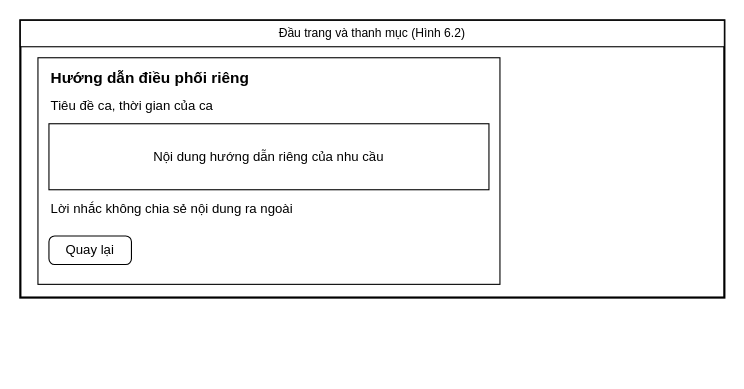
Above: docs/giao_dien/drawio/M12_Huong_dan_dieu_phoi_rieng.drawio in kanishere55/OOSD_NenTangDieuPhoi_TNV (draw.io), before the change. Source tidied: cells renumbered, new cells numbered last; positions are measured from the earlier drawing's top-left corner, leaving out a move shared by most shapes. Both pictures are drawn from the tidied source at 110%, with x=0, y=0 at pixel (20, 20).
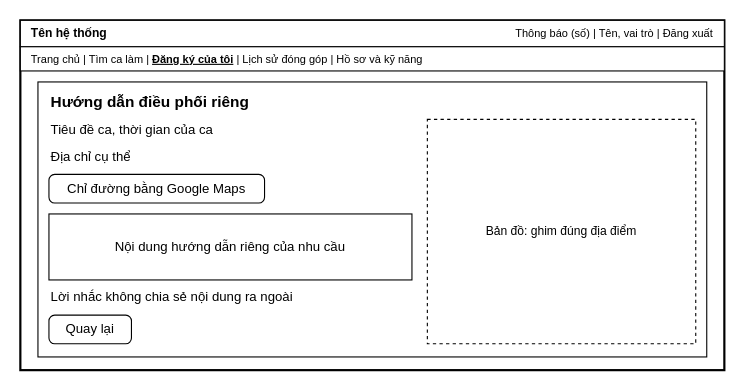
The same diagram, later.

What changed in the source:
```diff
@@
 <mxGraphModel>
   <root>
     <mxCell id="0" />
     <mxCell id="1" parent="0" />
     <mxCell id="2" style="rounded=0;whiteSpace=wrap;html=1;fillColor=#ffffff;strokeColor=#000000;strokeWidth=2;" parent="1" vertex="1">
-      <mxGeometry width="640" height="252" as="geometry" />
+      <mxGeometry width="640" height="318" as="geometry" />
     </mxCell>
-    <mxCell id="3" value="Đầu trang và thanh mục (Hình 6.2)" style="rounded=0;whiteSpace=wrap;html=1;fillColor=#ffffff;strokeColor=#000000;fontColor=#000000;fontSize=11;align=center;" parent="1" vertex="1">
+    <mxCell id="3" style="rounded=0;whiteSpace=wrap;html=1;fillColor=#ffffff;strokeColor=#000000;fontColor=#000000;fontSize=12;align=center;" parent="1" vertex="1">
       <mxGeometry width="640" height="24" as="geometry" />
     </mxCell>
-    <mxCell id="4" style="rounded=0;whiteSpace=wrap;html=1;fillColor=#ffffff;strokeColor=#000000;fontColor=#000000;fontSize=12;align=center;" parent="1" vertex="1">
-      <mxGeometry x="16" y="34" width="420" height="206" as="geometry" />
+    <mxCell id="4" value="Tên hệ thống" style="text;html=1;strokeColor=none;fillColor=none;whiteSpace=wrap;verticalAlign=middle;fontColor=#000000;align=left;fontSize=11;fontStyle=1;" parent="1" vertex="1">
+      <mxGeometry x="8" y="2" width="150" height="20" as="geometry" />
     </mxCell>
-    <mxCell id="5" value="Hướng dẫn điều phối riêng" style="text;html=1;strokeColor=none;fillColor=none;whiteSpace=wrap;verticalAlign=middle;fontColor=#000000;align=left;fontSize=14;fontStyle=1;" parent="1" vertex="1">
-      <mxGeometry x="26" y="40" width="380" height="24" as="geometry" />
+    <mxCell id="5" value="Thông báo (số)   |   Tên, vai trò   |   Đăng xuất" style="text;html=1;strokeColor=none;fillColor=none;whiteSpace=wrap;verticalAlign=middle;fontColor=#000000;align=right;fontSize=10;fontStyle=0;" parent="1" vertex="1">
+      <mxGeometry x="340" y="2" width="292" height="20" as="geometry" />
     </mxCell>
-    <mxCell id="6" value="Tiêu đề ca, thời gian của ca" style="text;html=1;strokeColor=none;fillColor=none;whiteSpace=wrap;verticalAlign=middle;fontColor=#000000;align=left;fontSize=12;fontStyle=0;" parent="1" vertex="1">
-      <mxGeometry x="26" y="68" width="380" height="20" as="geometry" />
+    <mxCell id="6" style="rounded=0;whiteSpace=wrap;html=1;fillColor=#ffffff;strokeColor=#000000;fontColor=#000000;fontSize=12;align=center;" parent="1" vertex="1">
+      <mxGeometry y="24" width="640" height="22" as="geometry" />
     </mxCell>
-    <mxCell id="7" value="Nội dung hướng dẫn riêng của nhu cầu" style="rounded=0;whiteSpace=wrap;html=1;fillColor=#ffffff;strokeColor=#000000;fontColor=#000000;fontSize=12;align=center;" parent="1" vertex="1">
-      <mxGeometry x="26" y="94" width="400" height="60" as="geometry" />
+    <mxCell id="7" value="Trang chủ   |   Tìm ca làm   |   &lt;b&gt;&lt;u&gt;Đăng ký của tôi&lt;/u&gt;&lt;/b&gt;   |   Lịch sử đóng góp   |   Hồ sơ và kỹ năng" style="text;html=1;strokeColor=none;fillColor=none;whiteSpace=wrap;verticalAlign=middle;fontColor=#000000;align=left;fontSize=10;fontStyle=0;" parent="1" vertex="1">
+      <mxGeometry x="8" y="25" width="624" height="20" as="geometry" />
     </mxCell>
-    <mxCell id="8" value="Lời nhắc không chia sẻ nội dung ra ngoài" style="text;html=1;strokeColor=none;fillColor=none;whiteSpace=wrap;verticalAlign=middle;fontColor=#000000;align=left;fontSize=12;fontStyle=0;" parent="1" vertex="1">
-      <mxGeometry x="26" y="162" width="400" height="20" as="geometry" />
+    <mxCell id="8" style="rounded=0;whiteSpace=wrap;html=1;fillColor=#ffffff;strokeColor=#000000;fontColor=#000000;fontSize=12;align=center;" parent="1" vertex="1">
+      <mxGeometry x="16" y="56" width="608" height="250" as="geometry" />
     </mxCell>
-    <mxCell id="9" value="Quay lại" style="rounded=1;arcSize=20;whiteSpace=wrap;html=1;fillColor=#ffffff;strokeColor=#000000;fontColor=#000000;fontSize=12;" parent="1" vertex="1">
-      <mxGeometry x="26" y="196" width="75" height="26" as="geometry" />
+    <mxCell id="9" value="Hướng dẫn điều phối riêng" style="text;html=1;strokeColor=none;fillColor=none;whiteSpace=wrap;verticalAlign=middle;fontColor=#000000;align=left;fontSize=14;fontStyle=1;" parent="1" vertex="1">
+      <mxGeometry x="26" y="62" width="380" height="24" as="geometry" />
     </mxCell>
+    <mxCell id="10" value="Tiêu đề ca, thời gian của ca" style="text;html=1;strokeColor=none;fillColor=none;whiteSpace=wrap;verticalAlign=middle;fontColor=#000000;align=left;fontSize=12;fontStyle=0;" parent="1" vertex="1">
+      <mxGeometry x="26" y="90" width="330" height="20" as="geometry" />
+    </mxCell>
+    <mxCell id="11" value="Địa chỉ cụ thể" style="text;html=1;strokeColor=none;fillColor=none;whiteSpace=wrap;verticalAlign=middle;fontColor=#000000;align=left;fontSize=12;fontStyle=0;" parent="1" vertex="1">
+      <mxGeometry x="26" y="114" width="330" height="20" as="geometry" />
+    </mxCell>
+    <mxCell id="12" value="Chỉ đường bằng Google Maps" style="rounded=1;arcSize=20;whiteSpace=wrap;html=1;fillColor=#ffffff;strokeColor=#000000;fontColor=#000000;fontSize=12;" parent="1" vertex="1">
+      <mxGeometry x="26" y="140" width="196" height="26" as="geometry" />
+    </mxCell>
+    <mxCell id="13" value="Nội dung hướng dẫn riêng của nhu cầu" style="rounded=0;whiteSpace=wrap;html=1;fillColor=#ffffff;strokeColor=#000000;fontColor=#000000;fontSize=12;align=center;" parent="1" vertex="1">
+      <mxGeometry x="26" y="176" width="330" height="60" as="geometry" />
+    </mxCell>
+    <mxCell id="14" value="Lời nhắc không chia sẻ nội dung ra ngoài" style="text;html=1;strokeColor=none;fillColor=none;whiteSpace=wrap;verticalAlign=middle;fontColor=#000000;align=left;fontSize=12;fontStyle=0;" parent="1" vertex="1">
+      <mxGeometry x="26" y="242" width="330" height="20" as="geometry" />
+    </mxCell>
+    <mxCell id="15" value="Quay lại" style="rounded=1;arcSize=20;whiteSpace=wrap;html=1;fillColor=#ffffff;strokeColor=#000000;fontColor=#000000;fontSize=12;" parent="1" vertex="1">
+      <mxGeometry x="26" y="268" width="75" height="26" as="geometry" />
+    </mxCell>
+    <mxCell id="16" value="Bản đồ: ghim đúng địa điểm" style="rounded=0;whiteSpace=wrap;html=1;fillColor=#ffffff;strokeColor=#000000;fontColor=#000000;fontSize=11;align=center;dashed=1;" parent="1" vertex="1">
+      <mxGeometry x="370" y="90" width="244" height="204" as="geometry" />
+    </mxCell>
   </root>
 </mxGraphModel>
```
